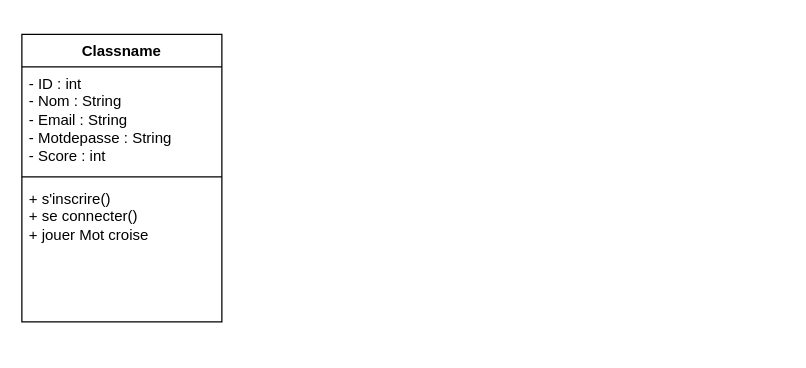
Before: Diagramme de classe.drawio in Kimii01/Mot-crois-e-apk, a draw.io diagram. Source tidied: cells renumbered, new cells numbered last; positions are measured from the earlier drawing's top-left corner, leaving out a move shared by most shapes. Both pictures are drawn from the tidied source at 125%, with x=0, y=0 at pixel (21, 34).
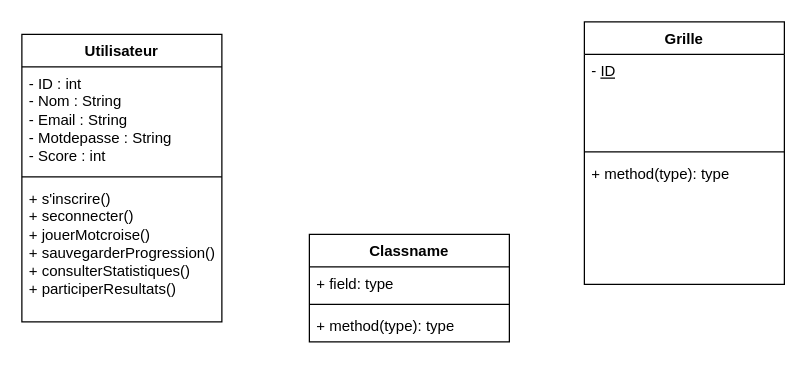
After the change.

Commit message (it also covers changes not shown here):
Mettre à jour Diagramme de classe.drawio

Change to the diagram source:
```diff
@@
 <mxGraphModel>
   <root>
     <mxCell id="0" />
     <mxCell id="1" parent="0" />
-    <mxCell id="2" value="Classname" style="swimlane;fontStyle=1;align=center;verticalAlign=top;horizontal=1;startSize=26;whiteSpace=wrap;html=1;" parent="1" vertex="1">
+    <mxCell id="2" value="Utilisateur" style="swimlane;fontStyle=1;align=center;verticalAlign=top;horizontal=1;startSize=26;whiteSpace=wrap;html=1;" parent="1" vertex="1">
       <mxGeometry width="160" height="230" as="geometry" />
     </mxCell>
     <mxCell id="3" value="- ID : int&lt;div&gt;- Nom : String&lt;/div&gt;&lt;div&gt;- Email : String&lt;/div&gt;&lt;div&gt;- Motdepasse : String&lt;/div&gt;&lt;div&gt;- Score : int&lt;/div&gt;&lt;div&gt;&lt;br&gt;&lt;div&gt;&lt;br&gt;&lt;/div&gt;&lt;/div&gt;" style="text;strokeColor=none;fillColor=none;align=left;verticalAlign=top;spacingLeft=4;spacingRight=4;overflow=hidden;whiteSpace=wrap;html=1;" parent="2" vertex="1">
       <mxGeometry y="26" width="160" height="84" as="geometry" />
     </mxCell>
     <mxCell id="4" style="line;strokeWidth=1;fillColor=none;align=left;verticalAlign=middle;spacingTop=-1;spacingLeft=3;spacingRight=3;labelPosition=right;strokeColor=inherit;" parent="2" vertex="1">
       <mxGeometry y="110" width="160" height="8" as="geometry" />
     </mxCell>
-    <mxCell id="5" value="+ s'inscrire()&lt;div&gt;+ se connecter()&lt;/div&gt;&lt;div&gt;+ jouer Mot croise&lt;/div&gt;" style="text;strokeColor=none;fillColor=none;align=left;verticalAlign=top;spacingLeft=4;spacingRight=4;overflow=hidden;whiteSpace=wrap;html=1;" parent="2" vertex="1">
+    <mxCell id="5" value="+ s'inscrire()&lt;div&gt;+ seconnecter()&lt;/div&gt;&lt;div&gt;+ jouerMotcroise()&lt;/div&gt;&lt;div&gt;+ sauvegarderProgression()&lt;/div&gt;&lt;div&gt;+ consulterStatistiques()&lt;/div&gt;&lt;div&gt;+ participerResultats()&lt;/div&gt;&lt;div&gt;&lt;br&gt;&lt;/div&gt;" style="text;strokeColor=none;fillColor=none;align=left;verticalAlign=top;spacingLeft=4;spacingRight=4;overflow=hidden;whiteSpace=wrap;html=1;" parent="2" vertex="1">
       <mxGeometry y="118" width="160" height="112" as="geometry" />
     </mxCell>
+    <mxCell id="6" value="Classname" style="swimlane;fontStyle=1;align=center;verticalAlign=top;horizontal=1;startSize=26;whiteSpace=wrap;html=1;" parent="1" vertex="1">
+      <mxGeometry x="230" y="160" width="160" height="86" as="geometry" />
+    </mxCell>
+    <mxCell id="7" value="+ field: type" style="text;strokeColor=none;fillColor=none;align=left;verticalAlign=top;spacingLeft=4;spacingRight=4;overflow=hidden;whiteSpace=wrap;html=1;" parent="6" vertex="1">
+      <mxGeometry y="26" width="160" height="26" as="geometry" />
+    </mxCell>
+    <mxCell id="8" style="line;strokeWidth=1;fillColor=none;align=left;verticalAlign=middle;spacingTop=-1;spacingLeft=3;spacingRight=3;labelPosition=right;strokeColor=inherit;" parent="6" vertex="1">
+      <mxGeometry y="52" width="160" height="8" as="geometry" />
+    </mxCell>
+    <mxCell id="9" value="+ method(type): type" style="text;strokeColor=none;fillColor=none;align=left;verticalAlign=top;spacingLeft=4;spacingRight=4;overflow=hidden;whiteSpace=wrap;html=1;" parent="6" vertex="1">
+      <mxGeometry y="60" width="160" height="26" as="geometry" />
+    </mxCell>
+    <mxCell id="10" value="Grille" style="swimlane;fontStyle=1;align=center;verticalAlign=top;horizontal=1;startSize=26;whiteSpace=wrap;html=1;" parent="1" vertex="1">
+      <mxGeometry x="450" y="-10" width="160" height="210" as="geometry" />
+    </mxCell>
+    <mxCell id="11" value="- &lt;u&gt;ID&lt;/u&gt;" style="text;strokeColor=none;fillColor=none;align=left;verticalAlign=top;spacingLeft=4;spacingRight=4;overflow=hidden;whiteSpace=wrap;html=1;" parent="10" vertex="1">
+      <mxGeometry y="26" width="160" height="74" as="geometry" />
+    </mxCell>
+    <mxCell id="12" style="line;strokeWidth=1;fillColor=none;align=left;verticalAlign=middle;spacingTop=-1;spacingLeft=3;spacingRight=3;labelPosition=right;strokeColor=inherit;" parent="10" vertex="1">
+      <mxGeometry y="100" width="160" height="8" as="geometry" />
+    </mxCell>
+    <mxCell id="13" value="+ method(type): type" style="text;strokeColor=none;fillColor=none;align=left;verticalAlign=top;spacingLeft=4;spacingRight=4;overflow=hidden;whiteSpace=wrap;html=1;" parent="10" vertex="1">
+      <mxGeometry y="108" width="160" height="102" as="geometry" />
+    </mxCell>
   </root>
 </mxGraphModel>
```
